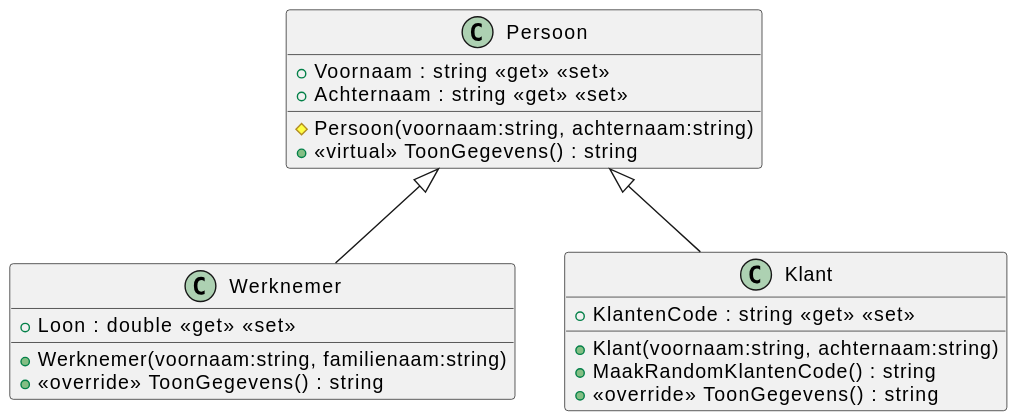
The PlantUML diagram 04/04_00/svg/Overview.svg in it-graduaten/template-csharp-ooprogramming-permanente-evaluatie, before a commit.
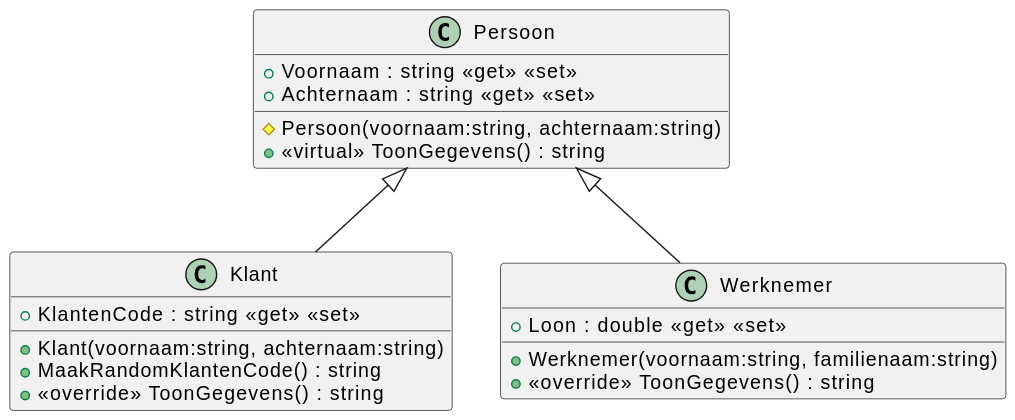
After the change.

Diff of the diagram source:
```diff
@@ -1,5 +1,5 @@
 @startuml
+!include Klant.puml
+!include Persoon.puml
 !include Werknemer.puml
-!include Persoon.puml
-!include Klant.puml
 @enduml
```
